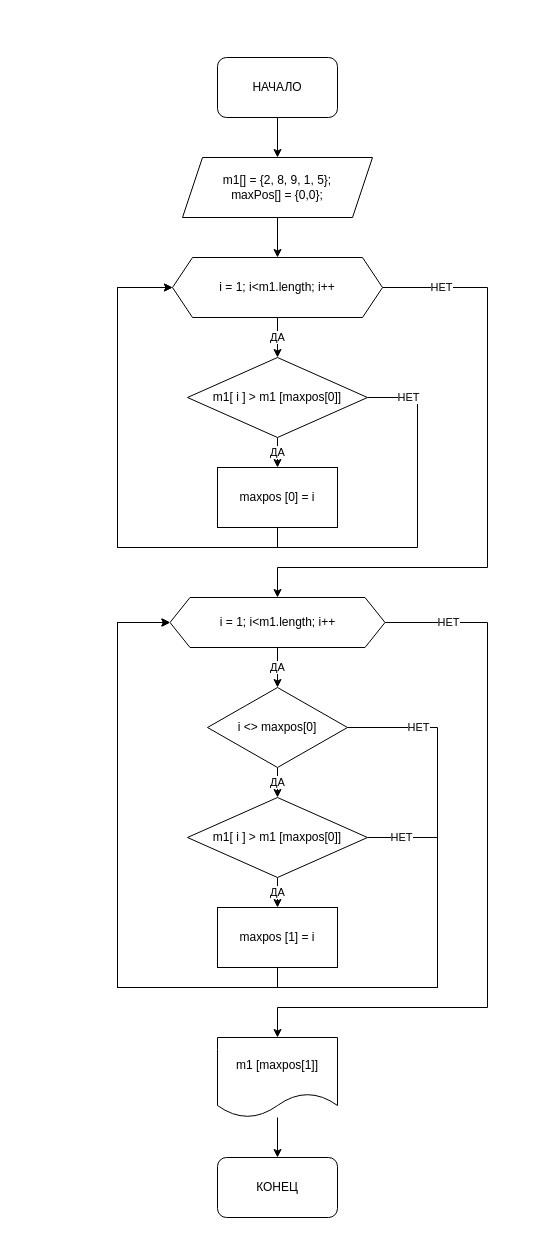
jokerjam-s/GeekBrainst keeps this draw.io diagram as Algorytm/Lesson_03/Addon_task/Task_01/L3.Addon.task1.drawio. Above is the earlier version. Source tidied: cells renumbered, new cells numbered last; positions are measured from the earlier drawing's top-left corner, leaving out a move shared by most shapes. Both pictures are drawn from the tidied source at 100%, with x=0, y=0 at pixel (117, 57).
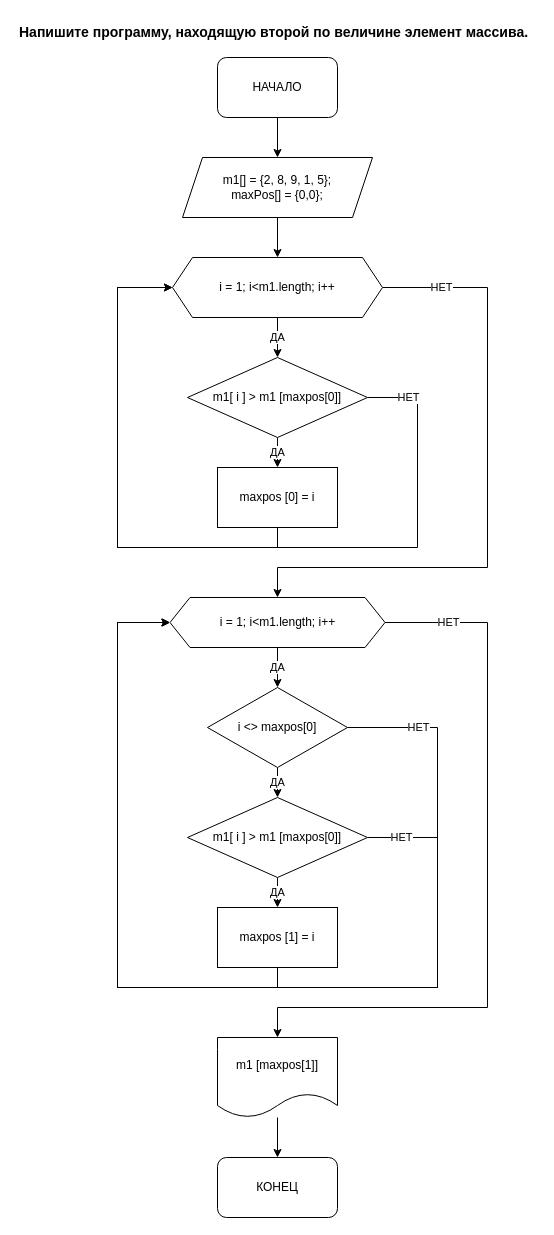
After the change.

Change to the diagram source:
```diff
@@
+    <mxCell id="28" value="&lt;span style=&quot;font-size: 14px; font-style: normal; letter-spacing: normal; text-indent: 0px; text-transform: none; word-spacing: 0px; display: inline; float: none;&quot;&gt;Напишите программу, находящую второй по величине элемент массива.&lt;/span&gt;" style="text;whiteSpace=wrap;html=1;fontColor=default;labelBackgroundColor=none;fontSize=14;fontStyle=1;" parent="1" vertex="1">
+      <mxGeometry x="-100" y="-40" width="520" height="30" as="geometry" />
+    </mxCell>
```
